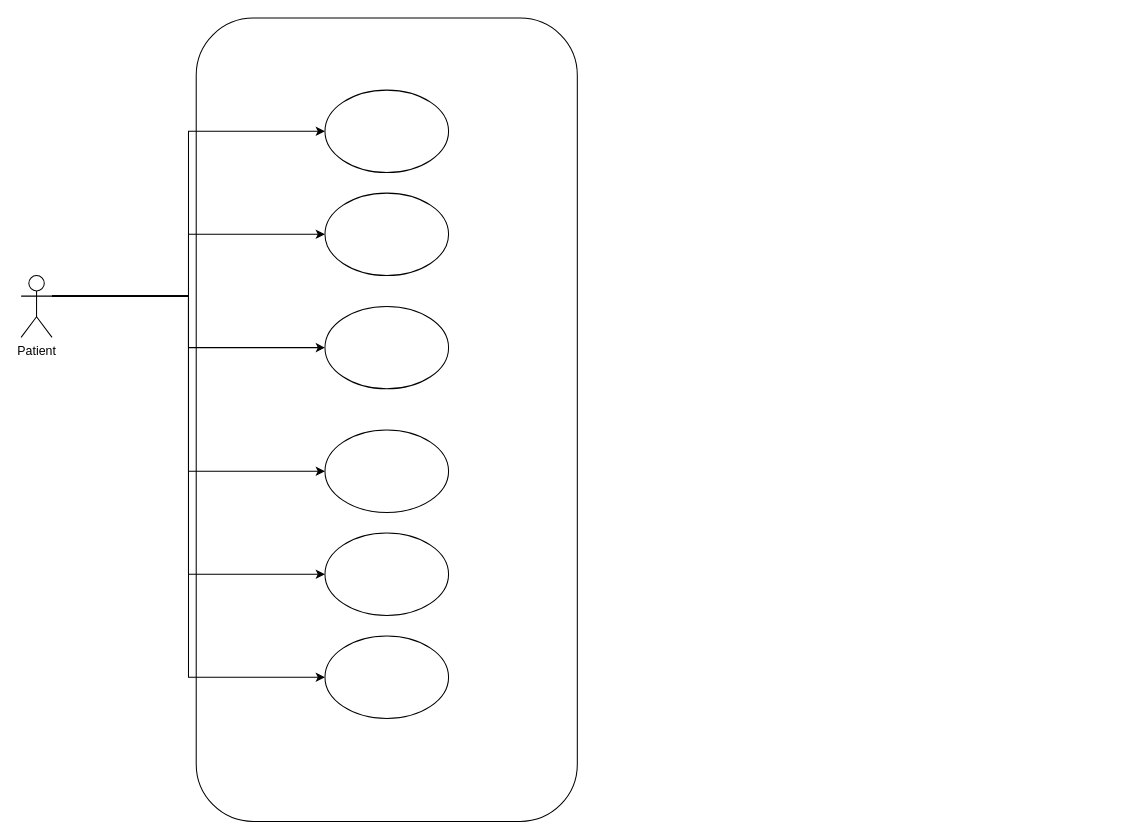
The draw.io diagram page "Patient" (3 of 5) of STQA.drawio in MohitBurkule/doctorconnect, before the edit. Source tidied: cells renumbered, new cells numbered last; positions are measured from the earlier drawing's top-left corner, leaving out a move shared by most shapes. Both pictures are drawn from the tidied source at 103%, with x=0, y=0 at pixel (21, 18).
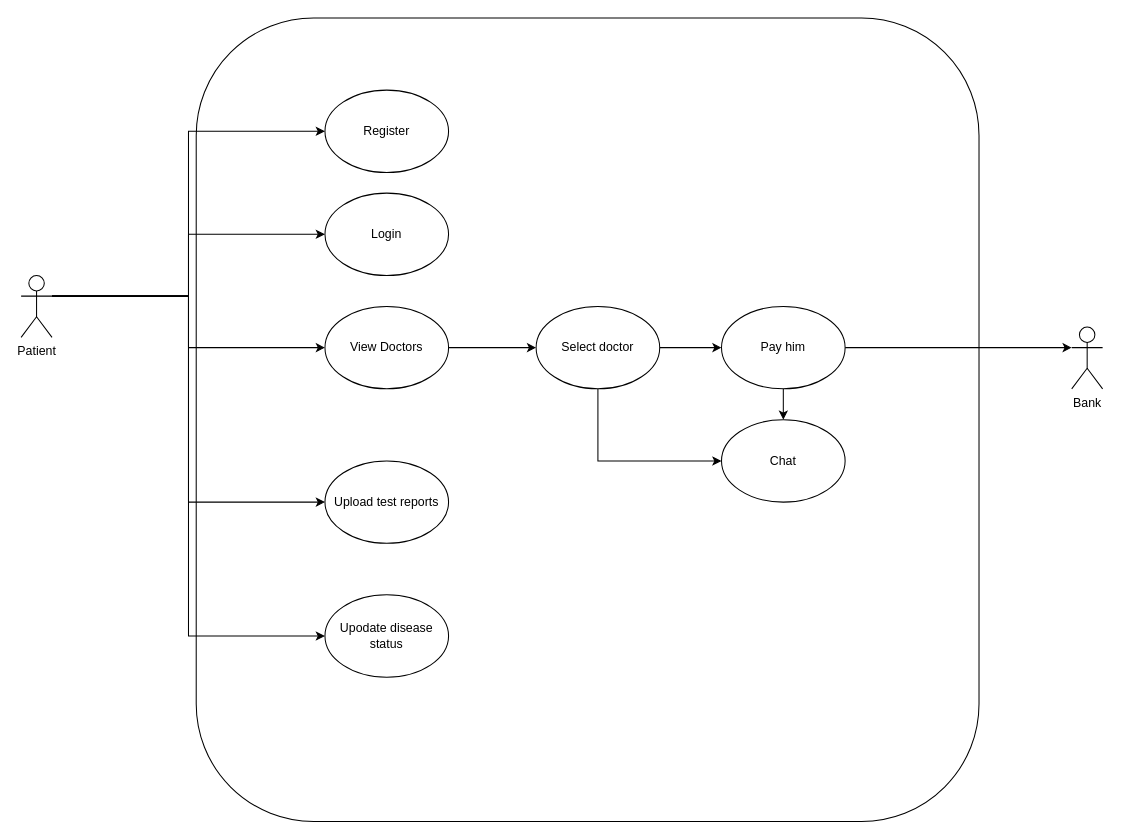
The same page after the edit.

Commit message:
addded patient bubbles

Unchanged cells that the change refers to:
```xml
<mxCell id="9" value="Patient" style="shape=umlActor;verticalLabelPosition=bottom;verticalAlign=top;html=1;outlineConnect=0;" parent="1" vertex="1">
  <mxGeometry y="250" width="30" height="60" as="geometry" />
</mxCell>
```

The edit, as a diff of the source:
```diff
@@
     <mxCell id="2" style="rounded=1;whiteSpace=wrap;html=1;" parent="1" vertex="1">
-      <mxGeometry x="170" width="370" height="780" as="geometry" />
+      <mxGeometry x="170" width="760" height="780" as="geometry" />
     </mxCell>
@@
-    <mxCell id="8" style="edgeStyle=orthogonalEdgeStyle;rounded=0;jettySize=auto;html=1;exitX=1;exitY=0.3333333333333333;exitDx=0;exitDy=0;exitPerimeter=0;entryX=0;entryY=0.5;entryDx=0;entryDy=0;" parent="1" edge="1" source="9" target="15">
-      <mxGeometry relative="1" as="geometry" />
-    </mxCell>
@@
-    <mxCell id="10" style="ellipse;whiteSpace=wrap;html=1;" parent="1" vertex="1">
+    <mxCell id="10" value="Register" style="ellipse;whiteSpace=wrap;html=1;" parent="1" vertex="1">
       <mxGeometry x="295" y="70" width="120" height="80" as="geometry" />
     </mxCell>
-    <mxCell id="11" style="ellipse;whiteSpace=wrap;html=1;" parent="1" vertex="1">
+    <mxCell id="11" value="Login" style="ellipse;whiteSpace=wrap;html=1;" parent="1" vertex="1">
       <mxGeometry x="295" y="170" width="120" height="80" as="geometry" />
     </mxCell>
+    <mxCell id="16" style="edgeStyle=orthogonalEdgeStyle;rounded=0;jettySize=auto;html=1;exitX=1;exitY=0.5;exitDx=0;exitDy=0;entryX=0;entryY=0.5;entryDx=0;entryDy=0;" parent="1" edge="1" source="12" target="19">
+      <mxGeometry relative="1" as="geometry" />
+    </mxCell>
-    <mxCell id="12" style="ellipse;whiteSpace=wrap;html=1;" parent="1" vertex="1">
+    <mxCell id="12" value="View Doctors" style="ellipse;whiteSpace=wrap;html=1;" parent="1" vertex="1">
       <mxGeometry x="295" y="280" width="120" height="80" as="geometry" />
     </mxCell>
-    <mxCell id="13" style="ellipse;whiteSpace=wrap;html=1;" parent="1" vertex="1">
-      <mxGeometry x="295" y="400" width="120" height="80" as="geometry" />
+    <mxCell id="13" value="Upload test reports" style="ellipse;whiteSpace=wrap;html=1;" parent="1" vertex="1">
+      <mxGeometry x="295" y="430" width="120" height="80" as="geometry" />
     </mxCell>
-    <mxCell id="14" style="ellipse;whiteSpace=wrap;html=1;" parent="1" vertex="1">
-      <mxGeometry x="295" y="500" width="120" height="80" as="geometry" />
+    <mxCell id="14" value="Upodate disease status" style="ellipse;whiteSpace=wrap;html=1;" parent="1" vertex="1">
+      <mxGeometry x="295" y="560" width="120" height="80" as="geometry" />
     </mxCell>
-    <mxCell id="15" style="ellipse;whiteSpace=wrap;html=1;" parent="1" vertex="1">
-      <mxGeometry x="295" y="600" width="120" height="80" as="geometry" />
-    </mxCell>
+    <mxCell id="17" style="edgeStyle=orthogonalEdgeStyle;rounded=0;jettySize=auto;html=1;exitX=1;exitY=0.5;exitDx=0;exitDy=0;entryX=0;entryY=0.5;entryDx=0;entryDy=0;" parent="1" edge="1" source="19" target="22">
+      <mxGeometry relative="1" as="geometry" />
+    </mxCell>
+    <mxCell id="18" style="edgeStyle=orthogonalEdgeStyle;rounded=0;jettySize=auto;html=1;exitX=0.5;exitY=1;exitDx=0;exitDy=0;entryX=0;entryY=0.5;entryDx=0;entryDy=0;" parent="1" edge="1" source="19" target="23">
+      <mxGeometry relative="1" as="geometry" />
+    </mxCell>
+    <mxCell id="19" value="Select doctor" style="ellipse;whiteSpace=wrap;html=1;" parent="1" vertex="1">
+      <mxGeometry x="500" y="280" width="120" height="80" as="geometry" />
+    </mxCell>
+    <mxCell id="20" style="edgeStyle=orthogonalEdgeStyle;rounded=0;jettySize=auto;html=1;exitX=0.5;exitY=1;exitDx=0;exitDy=0;entryX=0.5;entryY=0;entryDx=0;entryDy=0;" parent="1" edge="1" source="22" target="23">
+      <mxGeometry relative="1" as="geometry" />
+    </mxCell>
+    <mxCell id="21" style="edgeStyle=orthogonalEdgeStyle;rounded=0;jettySize=auto;html=1;exitX=1;exitY=0.5;exitDx=0;exitDy=0;entryX=0;entryY=0.3333333333333333;entryDx=0;entryDy=0;entryPerimeter=0;" parent="1" edge="1" source="22" target="24">
+      <mxGeometry relative="1" as="geometry" />
+    </mxCell>
+    <mxCell id="22" value="Pay him" style="ellipse;whiteSpace=wrap;html=1;" parent="1" vertex="1">
+      <mxGeometry x="680" y="280" width="120" height="80" as="geometry" />
+    </mxCell>
+    <mxCell id="23" value="Chat" style="ellipse;whiteSpace=wrap;html=1;" parent="1" vertex="1">
+      <mxGeometry x="680" y="390" width="120" height="80" as="geometry" />
+    </mxCell>
+    <mxCell id="24" value="Bank" style="shape=umlActor;verticalLabelPosition=bottom;verticalAlign=top;html=1;outlineConnect=0;" parent="1" vertex="1">
+      <mxGeometry x="1020" y="300" width="30" height="60" as="geometry" />
+    </mxCell>
```
